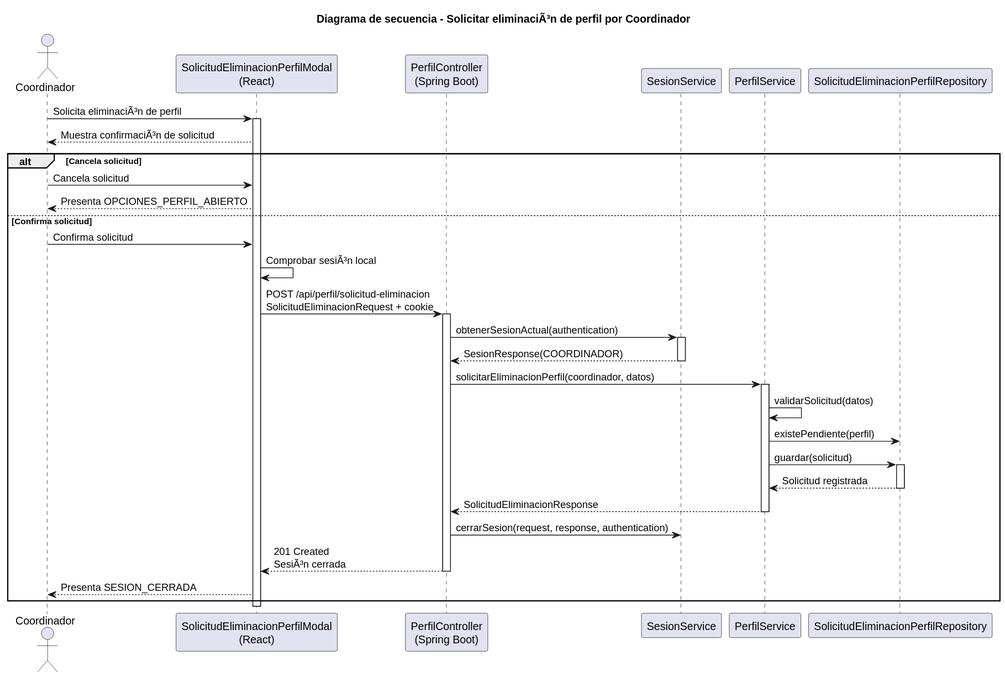
Earlier version of the PlantUML export images/RUP/02-diseño/casos-uso/coordinador/solicitarEliminacionPerfil/secuencia.svg (beatriizorozco/25-26-idsw2-sdVC).
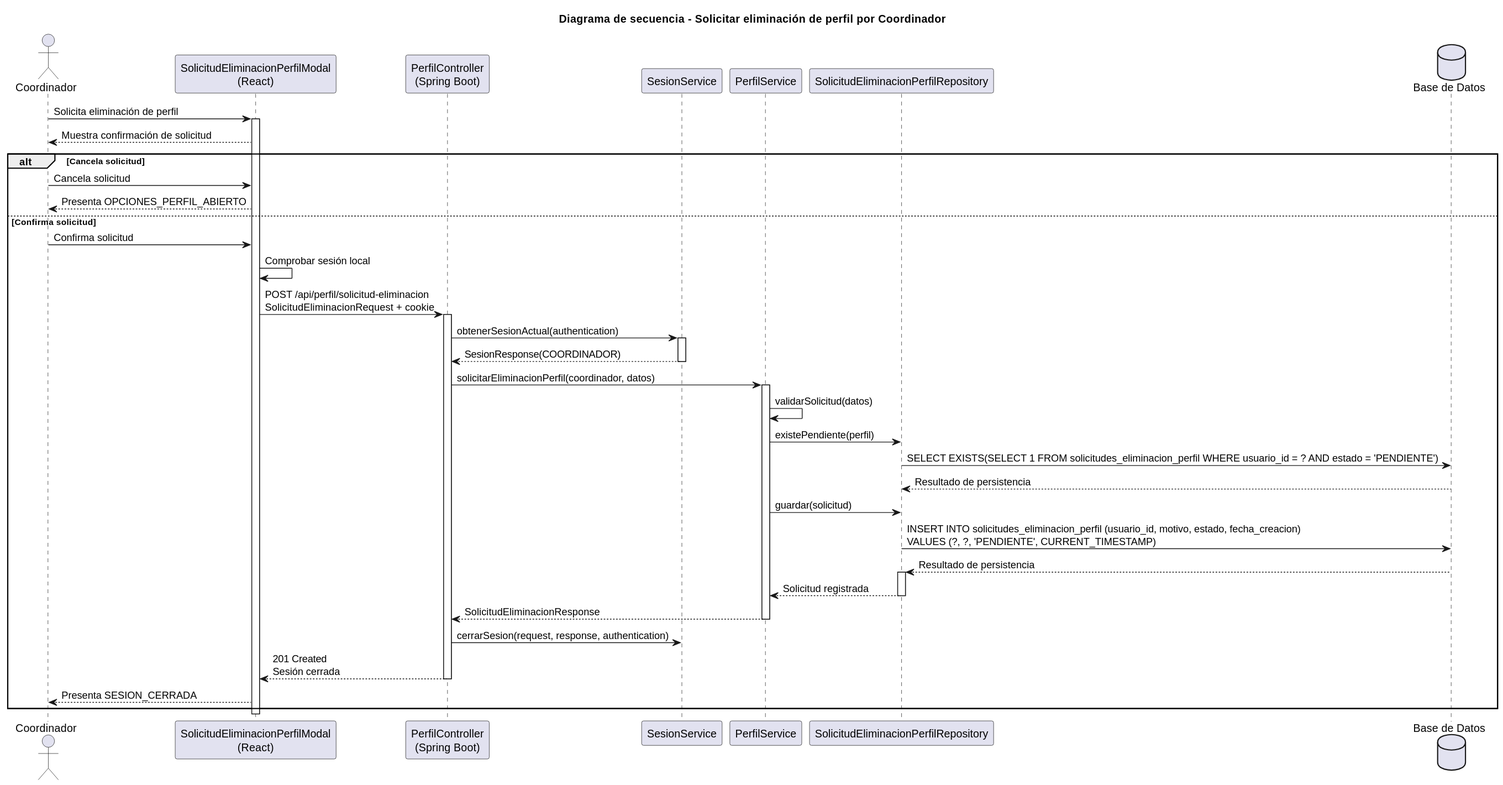
Above is the later version.

The edit, as a diff of the source:
```diff
@@ -1,5 +1,5 @@
 @startuml
-title Diagrama de secuencia - Solicitar eliminaciÃ³n de perfil por Coordinador
+title Diagrama de secuencia - Solicitar eliminación de perfil por Coordinador
 
 actor Coordinador
 participant "SolicitudEliminacionPerfilModal\n(React)" as Frontend
@@ -7,16 +7,17 @@
 participant "SesionService" as Sesion
 participant "PerfilService" as PerfilService
 participant "SolicitudEliminacionPerfilRepository" as SolicitudRepository
+database "Base de Datos" as DB
 
-Coordinador -> Frontend: Solicita eliminaciÃ³n de perfil
+Coordinador -> Frontend: Solicita eliminación de perfil
 activate Frontend
-Frontend --> Coordinador: Muestra confirmaciÃ³n de solicitud
+Frontend --> Coordinador: Muestra confirmación de solicitud
 alt Cancela solicitud
     Coordinador -> Frontend: Cancela solicitud
     Frontend --> Coordinador: Presenta OPCIONES_PERFIL_ABIERTO
 else Confirma solicitud
     Coordinador -> Frontend: Confirma solicitud
-    Frontend -> Frontend: Comprobar sesiÃ³n local
+    Frontend -> Frontend: Comprobar sesión local
     Frontend -> Api: POST /api/perfil/solicitud-eliminacion\nSolicitudEliminacionRequest + cookie
     activate Api
     Api -> Sesion: obtenerSesionActual(authentication)
@@ -27,14 +28,18 @@
     activate PerfilService
     PerfilService -> PerfilService: validarSolicitud(datos)
     PerfilService -> SolicitudRepository: existePendiente(perfil)
+    SolicitudRepository -> DB: SELECT EXISTS(SELECT 1 FROM solicitudes_eliminacion_perfil WHERE usuario_id = ? AND estado = 'PENDIENTE')
+    DB --> SolicitudRepository: Resultado de persistencia
     PerfilService -> SolicitudRepository: guardar(solicitud)
+    SolicitudRepository -> DB: INSERT INTO solicitudes_eliminacion_perfil (usuario_id, motivo, estado, fecha_creacion)\nVALUES (?, ?, 'PENDIENTE', CURRENT_TIMESTAMP)
+    DB --> SolicitudRepository: Resultado de persistencia
     activate SolicitudRepository
     SolicitudRepository --> PerfilService: Solicitud registrada
     deactivate SolicitudRepository
     PerfilService --> Api: SolicitudEliminacionResponse
     deactivate PerfilService
     Api -> Sesion: cerrarSesion(request, response, authentication)
-    Api --> Frontend: 201 Created\nSesiÃ³n cerrada
+    Api --> Frontend: 201 Created\nSesión cerrada
     deactivate Api
     Frontend --> Coordinador: Presenta SESION_CERRADA
 end
```
